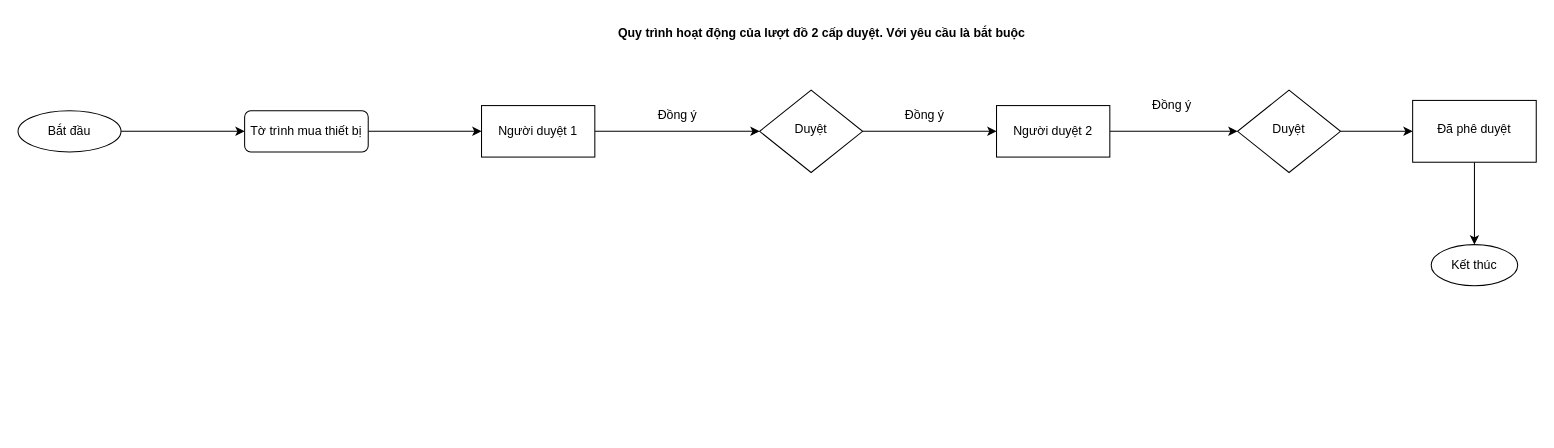
Before: Untitled Diagram.drawio in phatnhk/server, a draw.io diagram. Source tidied: cells renumbered, new cells numbered last; positions are measured from the earlier drawing's top-left corner, leaving out a move shared by most shapes. Both pictures are drawn from the tidied source at 103%, with x=0, y=0 at pixel (18, 18).
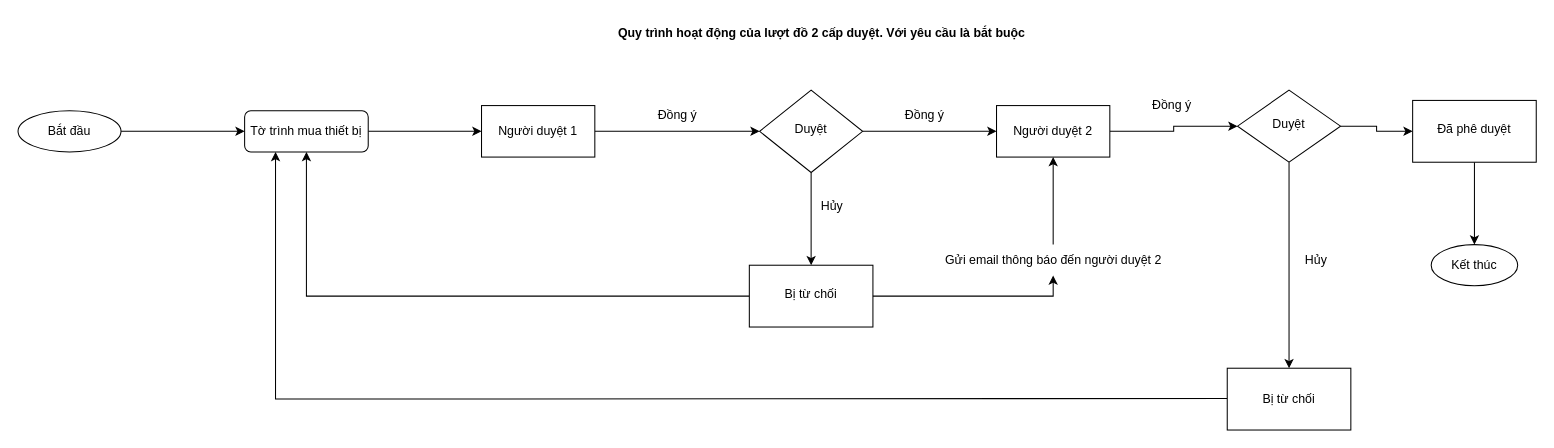
Above is the later version.

Unchanged cells that the change refers to:
```xml
<mxCell id="3" value="Tờ trình mua thiết bị" style="rounded=1;whiteSpace=wrap;html=1;fontSize=12;glass=0;strokeWidth=1;shadow=0;" parent="1" vertex="1">
  <mxGeometry x="220" y="90" width="120" height="40" as="geometry" />
</mxCell>
<mxCell id="11" value="Người duyệt 2" style="rounded=0;whiteSpace=wrap;html=1;" parent="1" vertex="1">
  <mxGeometry x="950" y="85" width="110" height="50" as="geometry" />
</mxCell>
<mxCell id="13" value="Duyệt" style="rhombus;whiteSpace=wrap;html=1;shadow=0;fontFamily=Helvetica;fontSize=12;align=center;strokeWidth=1;spacing=6;spacingTop=-4;" parent="1" vertex="1">
  <mxGeometry x="720" y="70" width="100" height="80" as="geometry" />
</mxCell>
```

What changed in the source:
```diff
@@
+    <mxCell id="21" style="edgeStyle=orthogonalEdgeStyle;rounded=0;jettySize=auto;html=1;exitX=0.5;exitY=1;exitDx=0;exitDy=0;" parent="1" edge="1" source="5">
+      <mxGeometry relative="1" as="geometry">
+        <mxPoint x="1234" y="340" as="targetPoint" />
+      </mxGeometry>
+    </mxCell>
     <mxCell id="5" value="Duyệt" style="rhombus;whiteSpace=wrap;html=1;shadow=0;fontFamily=Helvetica;fontSize=12;align=center;strokeWidth=1;spacing=6;spacingTop=-4;" parent="1" vertex="1">
-      <mxGeometry x="1184" y="70" width="100" height="80" as="geometry" />
+      <mxGeometry x="1184" y="70" width="100" height="70" as="geometry" />
     </mxCell>
@@
+    <mxCell id="22" style="edgeStyle=orthogonalEdgeStyle;rounded=0;jettySize=auto;html=1;" parent="1" edge="1" source="13" target="25">
+      <mxGeometry relative="1" as="geometry" />
+    </mxCell>
@@
+    <mxCell id="23" style="edgeStyle=orthogonalEdgeStyle;rounded=0;jettySize=auto;html=1;entryX=0.5;entryY=1;entryDx=0;entryDy=0;" parent="1" edge="1" source="25" target="3">
+      <mxGeometry relative="1" as="geometry" />
+    </mxCell>
+    <mxCell id="24" style="edgeStyle=orthogonalEdgeStyle;rounded=0;jettySize=auto;html=1;entryX=0.5;entryY=1;entryDx=0;entryDy=0;" parent="1" edge="1" source="28" target="11">
+      <mxGeometry relative="1" as="geometry" />
+    </mxCell>
+    <mxCell id="25" value="Bị từ chối" style="whiteSpace=wrap;html=1;shadow=0;strokeWidth=1;spacing=6;spacingTop=-4;" parent="1" vertex="1">
+      <mxGeometry x="710" y="240" width="120" height="60" as="geometry" />
+    </mxCell>
+    <mxCell id="26" value="Hủy" style="text;html=1;align=center;verticalAlign=middle;strokeColor=none;fillColor=none;" parent="1" vertex="1">
+      <mxGeometry x="770" y="168" width="40" height="30" as="geometry" />
+    </mxCell>
+    <mxCell id="27" style="edgeStyle=orthogonalEdgeStyle;rounded=0;jettySize=auto;html=1;entryX=0.5;entryY=1;entryDx=0;entryDy=0;" parent="1" edge="1" source="25" target="28">
+      <mxGeometry relative="1" as="geometry" />
+    </mxCell>
+    <mxCell id="28" value="Gửi email thông báo đến người duyệt 2" style="text;html=1;align=center;verticalAlign=middle;points=[];strokeColor=none;fillColor=none;" parent="1" vertex="1">
+      <mxGeometry x="890" y="220" width="230" height="30" as="geometry" />
+    </mxCell>
+    <mxCell id="29" style="edgeStyle=orthogonalEdgeStyle;rounded=0;jettySize=auto;html=1;exitX=0;exitY=0.5;exitDx=0;exitDy=0;entryX=0.25;entryY=1;entryDx=0;entryDy=0;" parent="1" edge="1" target="3">
+      <mxGeometry relative="1" as="geometry">
+        <mxPoint x="1174" y="369.4" as="sourcePoint" />
+      </mxGeometry>
+    </mxCell>
+    <mxCell id="30" value="Bị từ chối" style="rounded=0;whiteSpace=wrap;html=1;" parent="1" vertex="1">
+      <mxGeometry x="1174" y="340" width="120" height="60" as="geometry" />
+    </mxCell>
+    <mxCell id="31" value="Hủy" style="text;html=1;align=center;verticalAlign=middle;strokeColor=none;fillColor=none;" parent="1" vertex="1">
+      <mxGeometry x="1240" y="220" width="40" height="30" as="geometry" />
+    </mxCell>
```
